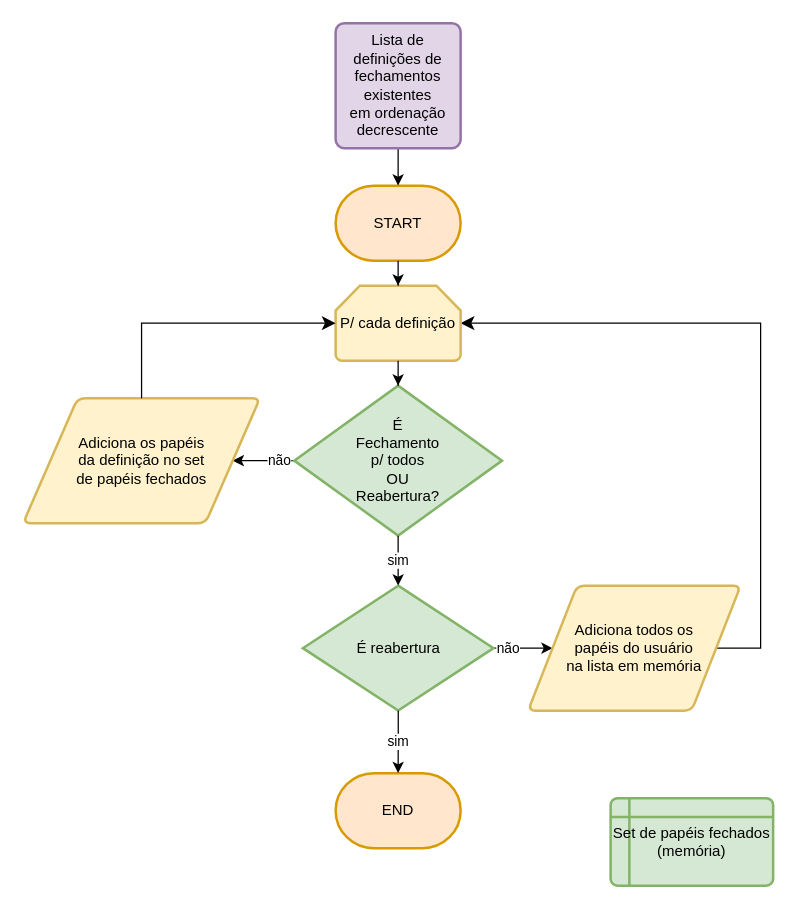
Before: check_user_closed_roles.drawio in jupiterise/flow_charts, a draw.io diagram. Source tidied: cells renumbered, new cells numbered last; positions are measured from the earlier drawing's top-left corner, leaving out a move shared by most shapes. Both pictures are drawn from the tidied source at 125%, with x=0, y=0 at pixel (22, 22).
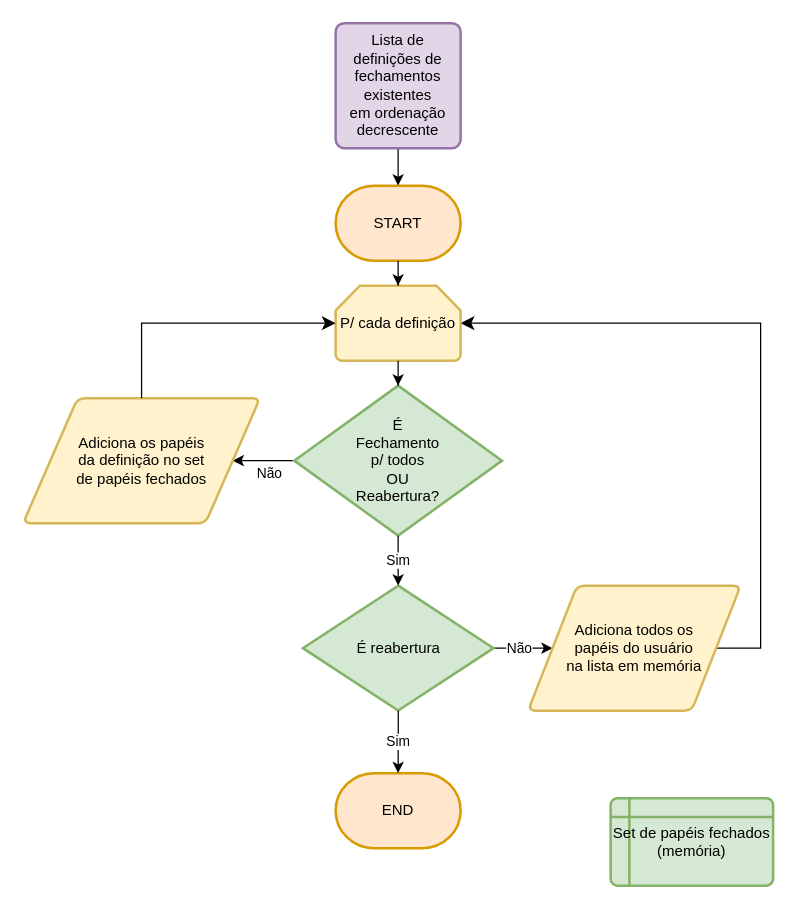
Above is the later version.

Unchanged cells that the change refers to:
```xml
<mxCell id="3" value="É&lt;div&gt;Fechamento&lt;div&gt;p/ todos&lt;br&gt;OU&lt;br&gt;Reabertura?&lt;/div&gt;&lt;/div&gt;" style="strokeWidth=2;html=1;shape=mxgraph.flowchart.decision;whiteSpace=wrap;fillColor=#d5e8d4;strokeColor=#82b366;" parent="1" vertex="1">
  <mxGeometry x="216.9" y="290" width="166.2" height="120" as="geometry" />
</mxCell>
<mxCell id="5" value="É reabertura" style="strokeWidth=2;html=1;shape=mxgraph.flowchart.decision;whiteSpace=wrap;fillColor=#d5e8d4;strokeColor=#82b366;" parent="1" vertex="1">
  <mxGeometry x="223.8" y="450" width="152.5" height="100" as="geometry" />
</mxCell>
<mxCell id="8" value="END" style="strokeWidth=2;html=1;shape=mxgraph.flowchart.terminator;whiteSpace=wrap;fillColor=#ffe6cc;strokeColor=#d79b00;" parent="1" vertex="1">
  <mxGeometry x="250" y="600" width="100" height="60" as="geometry" />
</mxCell>
<mxCell id="10" value="&lt;div&gt;Adiciona os papéis&lt;br&gt;da definição no set&lt;br&gt;de papéis fechados&lt;/div&gt;" style="shape=parallelogram;html=1;strokeWidth=2;perimeter=parallelogramPerimeter;whiteSpace=wrap;rounded=1;arcSize=12;size=0.23;fillColor=#fff2cc;strokeColor=#d6b656;" parent="1" vertex="1">
  <mxGeometry y="300" width="189.5" height="100" as="geometry" />
</mxCell>
<mxCell id="12" value="&lt;div&gt;Adiciona todos os&lt;/div&gt;&lt;div&gt;papéis do usuário&lt;/div&gt;&lt;div&gt;na lista em memória&lt;br&gt;&lt;/div&gt;" style="shape=parallelogram;html=1;strokeWidth=2;perimeter=parallelogramPerimeter;whiteSpace=wrap;rounded=1;arcSize=12;size=0.23;fillColor=#fff2cc;strokeColor=#d6b656;" parent="1" vertex="1">
  <mxGeometry x="404" y="450" width="170" height="100" as="geometry" />
</mxCell>
```

Change to the diagram source:
```diff
@@
-    <mxCell id="2" value="não" style="edgeStyle=orthogonalEdgeStyle;rounded=0;jettySize=auto;html=1;entryX=1;entryY=0.5;entryDx=0;entryDy=0;" parent="1" edge="1" source="3" target="10">
-      <mxGeometry relative="1" as="geometry" />
+    <mxCell id="2" value="Não" style="edgeStyle=orthogonalEdgeStyle;rounded=0;jettySize=auto;html=1;entryX=1;entryY=0.5;entryDx=0;entryDy=0;" parent="1" edge="1" source="3" target="10">
+      <mxGeometry x="-0.46" y="-10" relative="1" as="geometry" />
     </mxCell>
@@
-    <mxCell id="4" value="não" style="edgeStyle=orthogonalEdgeStyle;rounded=0;jettySize=auto;html=1;" parent="1" edge="1" source="5" target="12">
-      <mxGeometry relative="1" as="geometry" />
+    <mxCell id="4" value="Não" style="edgeStyle=orthogonalEdgeStyle;rounded=0;jettySize=auto;html=1;" parent="1" edge="1" source="5" target="12">
+      <mxGeometry x="0.24" relative="1" as="geometry" />
     </mxCell>
@@
-    <mxCell id="11" value="sim" style="edgeStyle=orthogonalEdgeStyle;rounded=0;jettySize=auto;html=1;entryX=0.5;entryY=0;entryDx=0;entryDy=0;entryPerimeter=0;" parent="1" edge="1" source="3" target="5">
+    <mxCell id="11" value="Sim" style="edgeStyle=orthogonalEdgeStyle;rounded=0;jettySize=auto;html=1;entryX=0.5;entryY=0;entryDx=0;entryDy=0;entryPerimeter=0;" parent="1" edge="1" source="3" target="5">
       <mxGeometry relative="1" as="geometry" />
     </mxCell>
@@
-    <mxCell id="13" value="sim" style="edgeStyle=orthogonalEdgeStyle;rounded=0;jettySize=auto;html=1;entryX=0.5;entryY=0;entryDx=0;entryDy=0;entryPerimeter=0;" parent="1" edge="1" source="5" target="8">
+    <mxCell id="13" value="Sim" style="edgeStyle=orthogonalEdgeStyle;rounded=0;jettySize=auto;html=1;entryX=0.5;entryY=0;entryDx=0;entryDy=0;entryPerimeter=0;" parent="1" edge="1" source="5" target="8">
       <mxGeometry relative="1" as="geometry" />
     </mxCell>
```
